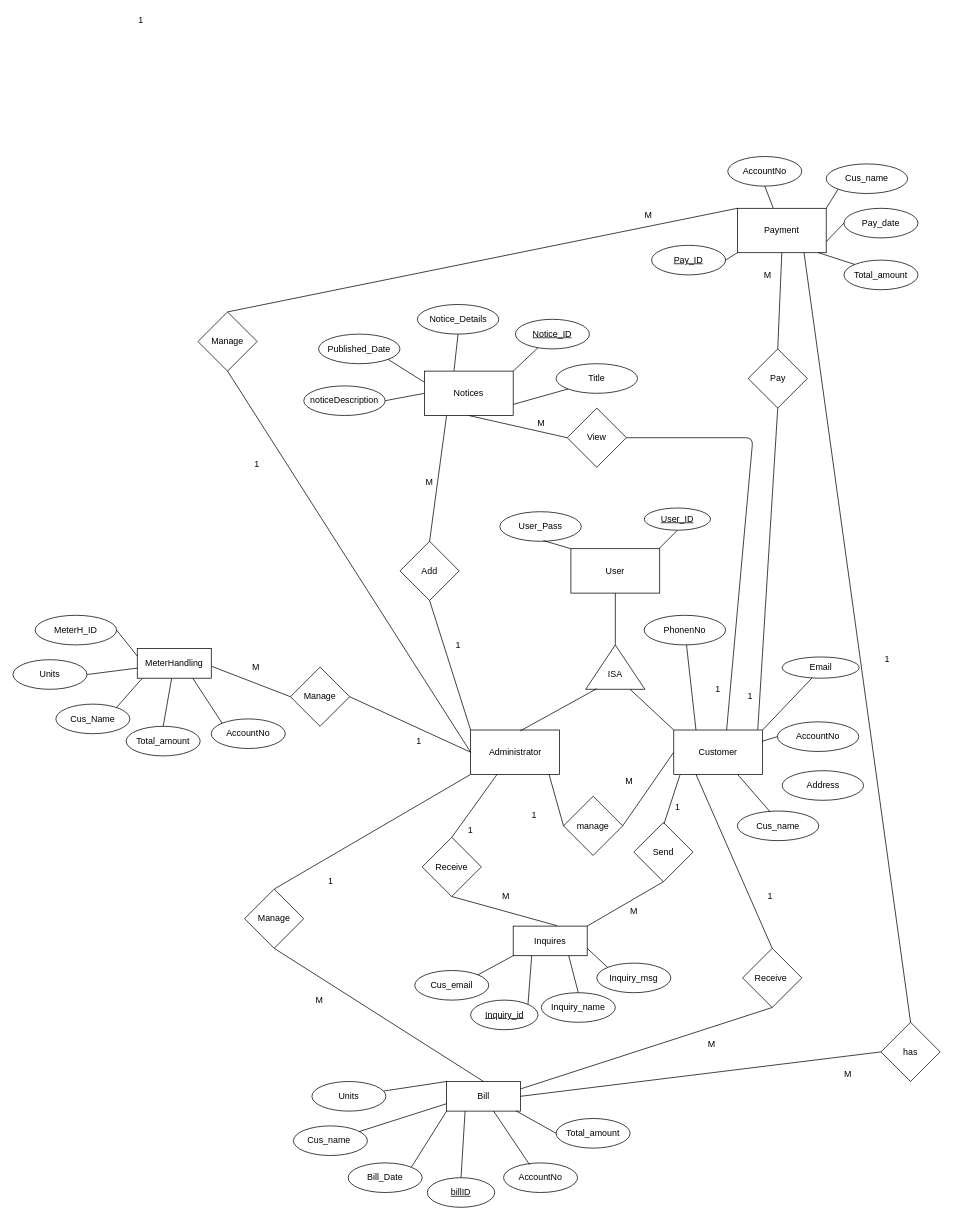
Before: page "ER Diagram" (1 of 37) of PAF ER Diagram.drawio in YuchiraJA/PAF-Project-ER-Diagram, a draw.io diagram. Source tidied: cells renumbered, new cells numbered last; positions are measured from the earlier drawing's top-left corner, leaving out a move shared by most shapes. Both pictures are drawn from the tidied source at 74%, with x=0, y=0 at pixel (13, 13).
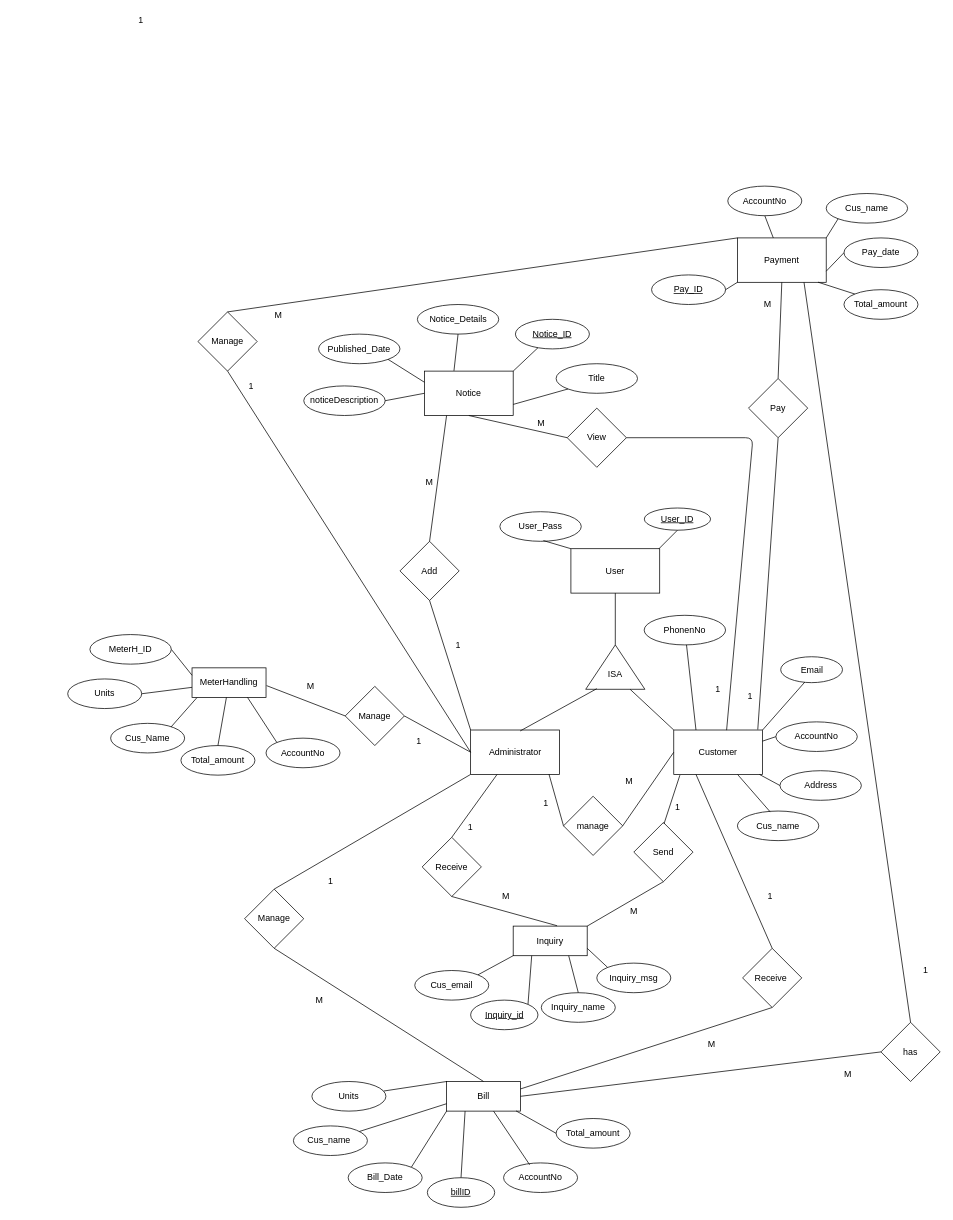
After the change.

The change refers to these unchanged cells:
```xml
<mxCell id="11" value="Customer" style="rounded=0;whiteSpace=wrap;html=1;" parent="1" vertex="1">
  <mxGeometry x="893" y="969" width="120" height="60" as="geometry" />
</mxCell>
```

What changed in the source:
```diff
@@
-    <mxCell id="3" value="Inquires" style="whiteSpace=wrap;html=1;align=center;" parent="1" vertex="1">
+    <mxCell id="3" value="Inquiry" style="whiteSpace=wrap;html=1;align=center;" parent="1" vertex="1">
       <mxGeometry x="676" y="1234" width="100" height="40" as="geometry" />
     </mxCell>
     <mxCell id="4" value="MeterHandling" style="whiteSpace=wrap;html=1;align=center;" parent="1" vertex="1">
-      <mxGeometry x="168" y="859" width="100" height="40" as="geometry" />
+      <mxGeometry x="242" y="885" width="100" height="40" as="geometry" />
     </mxCell>
     <mxCell id="5" value="Units" style="ellipse;whiteSpace=wrap;html=1;align=center;" parent="1" vertex="1">
-      <mxGeometry y="874" width="100" height="40" as="geometry" />
+      <mxGeometry x="74" y="900" width="100" height="40" as="geometry" />
     </mxCell>
     <mxCell id="6" value="Cus_Name" style="ellipse;whiteSpace=wrap;html=1;align=center;" parent="1" vertex="1">
-      <mxGeometry x="58" y="934" width="100" height="40" as="geometry" />
+      <mxGeometry x="132" y="960" width="100" height="40" as="geometry" />
     </mxCell>
@@
     <mxCell id="17" value="Payment" style="rounded=0;whiteSpace=wrap;html=1;" parent="1" vertex="1">
-      <mxGeometry x="979" y="264" width="120" height="60" as="geometry" />
+      <mxGeometry x="979" y="304" width="120" height="60" as="geometry" />
     </mxCell>
@@
     <mxCell id="20" value="&lt;u&gt;Pay_ID&lt;/u&gt;" style="ellipse;whiteSpace=wrap;html=1;align=center;" parent="1" vertex="1">
-      <mxGeometry x="863" y="314" width="100" height="40" as="geometry" />
+      <mxGeometry x="863" y="354" width="100" height="40" as="geometry" />
     </mxCell>
     <mxCell id="21" value="AccountNo" style="ellipse;whiteSpace=wrap;html=1;align=center;" parent="1" vertex="1">
-      <mxGeometry x="966" y="194" width="100" height="40" as="geometry" />
+      <mxGeometry x="966" y="234" width="100" height="40" as="geometry" />
     </mxCell>
-    <mxCell id="22" value="Notices" style="rounded=0;whiteSpace=wrap;html=1;" parent="1" vertex="1">
+    <mxCell id="22" value="Notice" style="rounded=0;whiteSpace=wrap;html=1;" parent="1" vertex="1">
       <mxGeometry x="556" y="484" width="120" height="60" as="geometry" />
     </mxCell>
@@
     <mxCell id="25" value="Cus_name" style="ellipse;whiteSpace=wrap;html=1;align=center;" parent="1" vertex="1">
-      <mxGeometry x="1099" y="204" width="110" height="40" as="geometry" />
+      <mxGeometry x="1099" y="244" width="110" height="40" as="geometry" />
     </mxCell>
@@
     <mxCell id="31" value="Pay_date" style="ellipse;whiteSpace=wrap;html=1;align=center;" parent="1" vertex="1">
-      <mxGeometry x="1123" y="264" width="100" height="40" as="geometry" />
+      <mxGeometry x="1123" y="304" width="100" height="40" as="geometry" />
     </mxCell>
     <mxCell id="32" value="Total_amount" style="ellipse;whiteSpace=wrap;html=1;align=center;" parent="1" vertex="1">
-      <mxGeometry x="1123" y="334" width="100" height="40" as="geometry" />
+      <mxGeometry x="1123" y="374" width="100" height="40" as="geometry" />
     </mxCell>
@@
     <mxCell id="39" value="Pay" style="rhombus;whiteSpace=wrap;html=1;" parent="1" vertex="1">
-      <mxGeometry x="993.5" y="454" width="80" height="80" as="geometry" />
+      <mxGeometry x="994" y="494" width="80" height="80" as="geometry" />
     </mxCell>
@@
     <mxCell id="50" value="Manage" style="rhombus;whiteSpace=wrap;html=1;" parent="1" vertex="1">
-      <mxGeometry x="375" y="884" width="80" height="80" as="geometry" />
+      <mxGeometry x="449" y="910" width="80" height="80" as="geometry" />
     </mxCell>
@@
     <mxCell id="59" value="Total_amount" style="ellipse;whiteSpace=wrap;html=1;align=center;" parent="1" vertex="1">
-      <mxGeometry x="153" y="964" width="100" height="40" as="geometry" />
+      <mxGeometry x="227" y="990" width="100" height="40" as="geometry" />
     </mxCell>
@@
     <mxCell id="73" value="Email" style="ellipse;whiteSpace=wrap;html=1;align=center;" parent="1" vertex="1">
-      <mxGeometry x="1039.5" y="870.3" width="104" height="28.7" as="geometry" />
+      <mxGeometry x="1037.5" y="870" width="83.5" height="35" as="geometry" />
     </mxCell>
@@
     <mxCell id="85" value="MeterH_ID" style="ellipse;whiteSpace=wrap;html=1;align=center;" parent="1" vertex="1">
-      <mxGeometry x="30" y="814" width="110" height="40" as="geometry" />
+      <mxGeometry x="104" y="840" width="110" height="40" as="geometry" />
     </mxCell>
@@
     <mxCell id="87" value="M" style="text;html=1;align=center;verticalAlign=middle;strokeColor=none;" parent="1" vertex="1">
-      <mxGeometry x="313" y="874" width="30" height="20" as="geometry" />
+      <mxGeometry x="387" y="900" width="30" height="20" as="geometry" />
     </mxCell>
@@
     <mxCell id="90" value="1" style="text;html=1;align=center;verticalAlign=middle;strokeColor=none;" parent="1" vertex="1">
-      <mxGeometry x="608" y="1094" width="20" height="20" as="geometry" />
+      <mxGeometry x="608" y="1091" width="20" height="20" as="geometry" />
     </mxCell>
@@
     <mxCell id="96" value="M" style="text;html=1;strokeColor=none;fillColor=none;align=center;verticalAlign=middle;whiteSpace=wrap;rounded=0;" parent="1" vertex="1">
-      <mxGeometry x="999.5" y="344" width="40" height="20" as="geometry" />
+      <mxGeometry x="999.5" y="384" width="40" height="20" as="geometry" />
     </mxCell>
@@
     <mxCell id="99" value="AccountNo" style="ellipse;whiteSpace=wrap;html=1;align=center;" parent="1" vertex="1">
-      <mxGeometry x="1033" y="958" width="110" height="40" as="geometry" />
+      <mxGeometry x="1031" y="958" width="110" height="40" as="geometry" />
     </mxCell>
@@
     <mxCell id="111" value="M" style="text;html=1;strokeColor=none;fillColor=none;align=center;verticalAlign=middle;whiteSpace=wrap;rounded=0;" parent="1" vertex="1">
-      <mxGeometry x="839" y="264" width="40" height="20" as="geometry" />
+      <mxGeometry x="339" y="393" width="40" height="31" as="geometry" />
     </mxCell>
@@
     <mxCell id="115" value="1" style="text;html=1;strokeColor=none;fillColor=none;align=center;verticalAlign=middle;whiteSpace=wrap;rounded=0;" parent="1" vertex="1">
-      <mxGeometry x="310" y="600" width="40" height="20" as="geometry" />
+      <mxGeometry x="302" y="494" width="40" height="20" as="geometry" />
     </mxCell>
@@
     <mxCell id="122" value="1" style="text;html=1;align=center;verticalAlign=middle;strokeColor=none;" parent="1" vertex="1">
-      <mxGeometry x="1171" y="864" width="20" height="20" as="geometry" />
+      <mxGeometry x="1223" y="1284" width="20" height="20" as="geometry" />
     </mxCell>
@@
     <mxCell id="126" value="1" style="text;html=1;align=center;verticalAlign=middle;strokeColor=none;" parent="1" vertex="1">
-      <mxGeometry x="694" y="1074" width="20" height="20" as="geometry" />
+      <mxGeometry x="710" y="1058" width="20" height="20" as="geometry" />
     </mxCell>
@@
     <mxCell id="129" value="&lt;span&gt;AccountNo&lt;/span&gt;" style="ellipse;whiteSpace=wrap;html=1;align=center;" parent="1" vertex="1">
-      <mxGeometry x="268" y="954" width="100" height="40" as="geometry" />
+      <mxGeometry x="342" y="980" width="100" height="40" as="geometry" />
     </mxCell>
@@
     <mxCell id="133" value="Address" style="ellipse;whiteSpace=wrap;html=1;align=center;" parent="1" vertex="1">
-      <mxGeometry x="1039.5" y="1024" width="110" height="40" as="geometry" />
+      <mxGeometry x="1036.5" y="1024" width="110" height="40" as="geometry" />
     </mxCell>
+    <mxCell id="134" style="endArrow=none;html=1;entryX=0;entryY=0.5;entryDx=0;entryDy=0;" parent="1" edge="1" source="11" target="133">
+      <mxGeometry relative="1" as="geometry" />
+    </mxCell>
```
